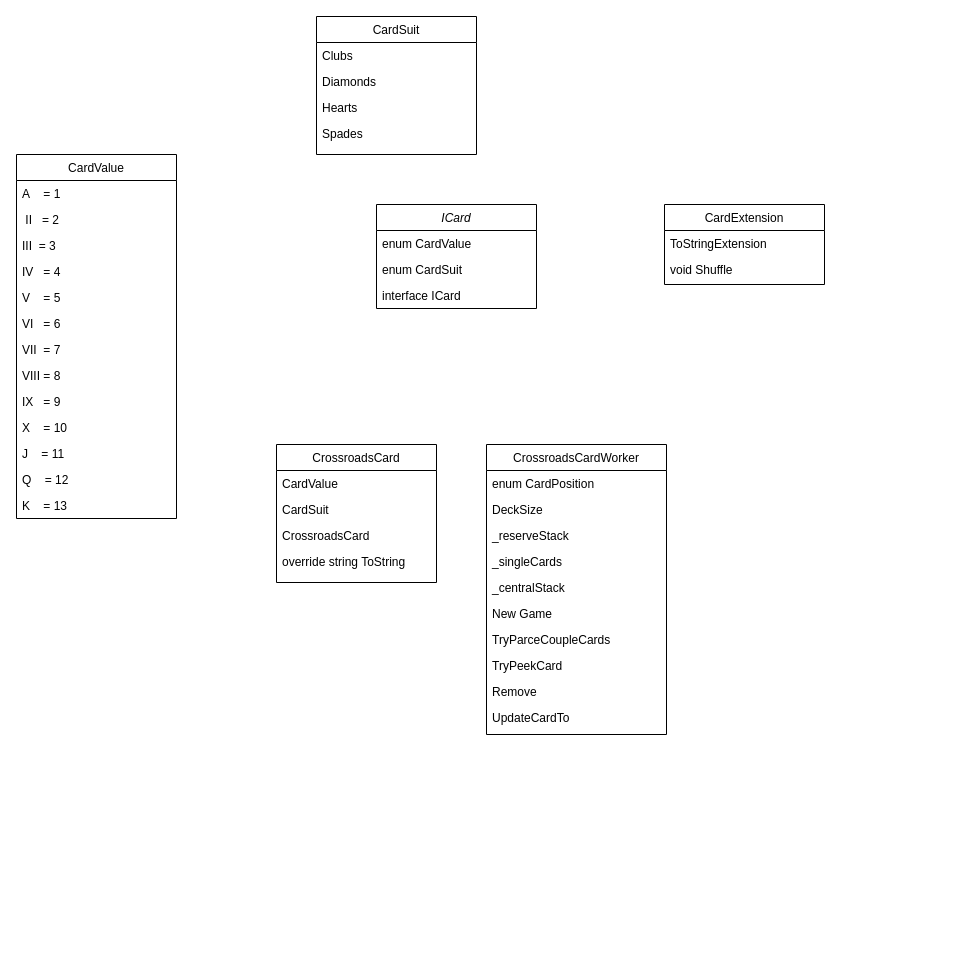
EkaterinaNovik/test keeps this draw.io diagram as Untitled Diagram.drawio. Above is the earlier version. Source tidied: cells renumbered, new cells numbered last; positions are measured from the earlier drawing's top-left corner, leaving out a move shared by most shapes. Both pictures are drawn from the tidied source at 100%, with x=0, y=0 at pixel (16, 16).
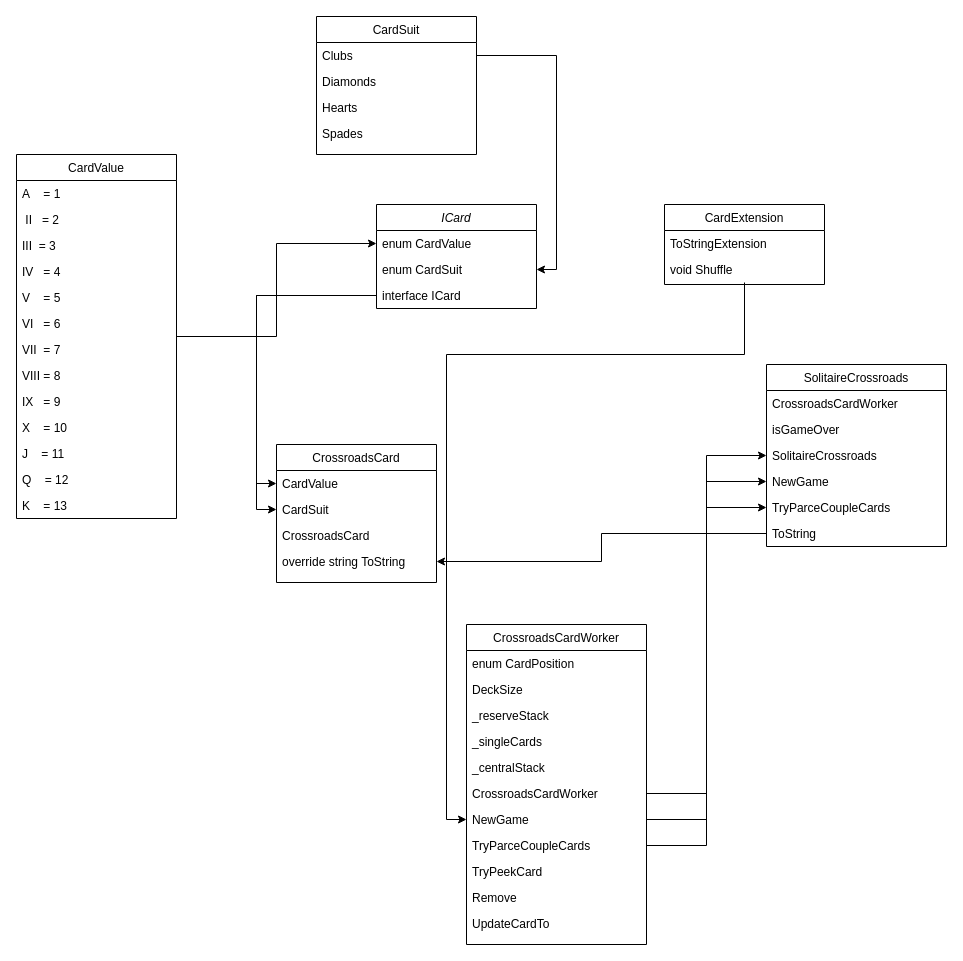
After the change.

The change refers to these unchanged cells:
```xml
<mxCell id="3" value="enum CardValue" style="text;align=left;verticalAlign=top;spacingLeft=4;spacingRight=4;overflow=hidden;points=[[0,0.5],[1,0.5]];portConstraint=eastwest;" parent="2" vertex="1">
  <mxGeometry y="26" width="160" height="26" as="geometry" />
</mxCell>
<mxCell id="4" value="enum CardSuit" style="text;align=left;verticalAlign=top;spacingLeft=4;spacingRight=4;overflow=hidden;points=[[0,0.5],[1,0.5]];portConstraint=eastwest;rounded=0;shadow=0;html=0;" parent="2" vertex="1">
  <mxGeometry y="52" width="160" height="26" as="geometry" />
</mxCell>
<mxCell id="5" value="interface ICard" style="text;align=left;verticalAlign=top;spacingLeft=4;spacingRight=4;overflow=hidden;points=[[0,0.5],[1,0.5]];portConstraint=eastwest;rounded=0;shadow=0;html=0;" parent="2" vertex="1">
  <mxGeometry y="78" width="160" height="26" as="geometry" />
</mxCell>
<mxCell id="7" value="CardValue" style="text;align=left;verticalAlign=top;spacingLeft=4;spacingRight=4;overflow=hidden;points=[[0,0.5],[1,0.5]];portConstraint=eastwest;" parent="6" vertex="1">
  <mxGeometry y="26" width="160" height="26" as="geometry" />
</mxCell>
<mxCell id="8" value="CardSuit" style="text;align=left;verticalAlign=top;spacingLeft=4;spacingRight=4;overflow=hidden;points=[[0,0.5],[1,0.5]];portConstraint=eastwest;rounded=0;shadow=0;html=0;" parent="6" vertex="1">
  <mxGeometry y="52" width="160" height="26" as="geometry" />
</mxCell>
<mxCell id="10" value="override string ToString" style="text;align=left;verticalAlign=top;spacingLeft=4;spacingRight=4;overflow=hidden;points=[[0,0.5],[1,0.5]];portConstraint=eastwest;" parent="6" vertex="1">
  <mxGeometry y="104" width="160" height="26" as="geometry" />
</mxCell>
<mxCell id="24" value="void Shuffle" style="text;align=left;verticalAlign=top;spacingLeft=4;spacingRight=4;overflow=hidden;points=[[0,0.5],[1,0.5]];portConstraint=eastwest;rounded=0;shadow=0;html=0;" parent="22" vertex="1">
  <mxGeometry y="52" width="160" height="26" as="geometry" />
</mxCell>
<mxCell id="25" value="CardValue" style="swimlane;fontStyle=0;align=center;verticalAlign=top;horizontal=1;startSize=26;rounded=0;shadow=0;strokeWidth=1;" parent="1" vertex="1">
  <mxGeometry y="138" width="160" height="364" as="geometry" />
</mxCell>
<mxCell id="40" value="Clubs" style="text;align=left;verticalAlign=top;spacingLeft=4;spacingRight=4;overflow=hidden;points=[[0,0.5],[1,0.5]];portConstraint=eastwest;" parent="39" vertex="1">
  <mxGeometry y="26" width="160" height="26" as="geometry" />
</mxCell>
```

Change to the diagram source:
```diff
@@
     <mxCell id="11" value="CrossroadsCardWorker" style="swimlane;fontStyle=0;align=center;verticalAlign=top;horizontal=1;startSize=26;rounded=0;shadow=0;strokeWidth=1;" parent="1" vertex="1">
-      <mxGeometry x="470" y="428" width="180" height="290" as="geometry" />
+      <mxGeometry x="450" y="608" width="180" height="320" as="geometry" />
     </mxCell>
@@
+    <mxCell id="44" value="CrossroadsCardWorker" style="text;align=left;verticalAlign=top;spacingLeft=4;spacingRight=4;overflow=hidden;points=[[0,0.5],[1,0.5]];portConstraint=eastwest;" parent="11" vertex="1">
+      <mxGeometry y="156" width="180" height="26" as="geometry" />
+    </mxCell>
-    <mxCell id="17" value="New Game" style="text;align=left;verticalAlign=top;spacingLeft=4;spacingRight=4;overflow=hidden;points=[[0,0.5],[1,0.5]];portConstraint=eastwest;" parent="11" vertex="1">
-      <mxGeometry y="156" width="180" height="26" as="geometry" />
+    <mxCell id="17" value="NewGame" style="text;align=left;verticalAlign=top;spacingLeft=4;spacingRight=4;overflow=hidden;points=[[0,0.5],[1,0.5]];portConstraint=eastwest;" parent="11" vertex="1">
+      <mxGeometry y="182" width="180" height="26" as="geometry" />
     </mxCell>
     <mxCell id="18" value="TryParceCoupleCards" style="text;align=left;verticalAlign=top;spacingLeft=4;spacingRight=4;overflow=hidden;points=[[0,0.5],[1,0.5]];portConstraint=eastwest;" parent="11" vertex="1">
-      <mxGeometry y="182" width="180" height="26" as="geometry" />
+      <mxGeometry y="208" width="180" height="26" as="geometry" />
     </mxCell>
     <mxCell id="19" value="TryPeekCard" style="text;align=left;verticalAlign=top;spacingLeft=4;spacingRight=4;overflow=hidden;" parent="11" vertex="1">
-      <mxGeometry y="208" width="180" height="26" as="geometry" />
+      <mxGeometry y="234" width="180" height="26" as="geometry" />
     </mxCell>
     <mxCell id="20" value="Remove" style="text;align=left;verticalAlign=top;spacingLeft=4;spacingRight=4;overflow=hidden;" parent="11" vertex="1">
-      <mxGeometry y="234" width="180" height="26" as="geometry" />
+      <mxGeometry y="260" width="180" height="26" as="geometry" />
     </mxCell>
     <mxCell id="21" value="UpdateCardTo" style="text;align=left;verticalAlign=top;spacingLeft=4;spacingRight=4;overflow=hidden;" parent="11" vertex="1">
-      <mxGeometry y="260" width="180" height="26" as="geometry" />
+      <mxGeometry y="286" width="180" height="26" as="geometry" />
     </mxCell>
@@
+    <mxCell id="45" style="edgeStyle=orthogonalEdgeStyle;rounded=0;jettySize=auto;html=1;entryX=0;entryY=0.5;entryDx=0;entryDy=0;fontColor=default;" parent="1" edge="1" source="25" target="3">
+      <mxGeometry relative="1" as="geometry" />
+    </mxCell>
@@
+    <mxCell id="46" value="SolitaireCrossroads" style="swimlane;fontStyle=0;align=center;verticalAlign=top;horizontal=1;startSize=26;rounded=0;shadow=0;strokeWidth=1;" parent="1" vertex="1">
+      <mxGeometry x="750" y="348" width="180" height="182" as="geometry" />
+    </mxCell>
+    <mxCell id="47" value="CrossroadsCardWorker" style="text;align=left;verticalAlign=top;spacingLeft=4;spacingRight=4;overflow=hidden;" parent="46" vertex="1">
+      <mxGeometry y="26" width="180" height="26" as="geometry" />
+    </mxCell>
+    <mxCell id="48" value="isGameOver" style="text;align=left;verticalAlign=top;spacingLeft=4;spacingRight=4;overflow=hidden;" parent="46" vertex="1">
+      <mxGeometry y="52" width="180" height="26" as="geometry" />
+    </mxCell>
+    <mxCell id="49" value="SolitaireCrossroads" style="text;align=left;verticalAlign=top;spacingLeft=4;spacingRight=4;overflow=hidden;points=[[0,0.5],[1,0.5]];portConstraint=eastwest;" parent="46" vertex="1">
+      <mxGeometry y="78" width="180" height="26" as="geometry" />
+    </mxCell>
+    <mxCell id="50" value="NewGame" style="text;align=left;verticalAlign=top;spacingLeft=4;spacingRight=4;overflow=hidden;points=[[0,0.5],[1,0.5]];portConstraint=eastwest;" parent="46" vertex="1">
+      <mxGeometry y="104" width="180" height="26" as="geometry" />
+    </mxCell>
+    <mxCell id="51" value="TryParceCoupleCards" style="text;align=left;verticalAlign=top;spacingLeft=4;spacingRight=4;overflow=hidden;points=[[0,0.5],[1,0.5]];portConstraint=eastwest;" parent="46" vertex="1">
+      <mxGeometry y="130" width="180" height="26" as="geometry" />
+    </mxCell>
+    <mxCell id="52" value="ToString" style="text;align=left;verticalAlign=top;spacingLeft=4;spacingRight=4;overflow=hidden;points=[[0,0.5],[1,0.5]];portConstraint=eastwest;" parent="46" vertex="1">
+      <mxGeometry y="156" width="180" height="26" as="geometry" />
+    </mxCell>
+    <mxCell id="53" style="edgeStyle=orthogonalEdgeStyle;rounded=0;jettySize=auto;html=1;entryX=1;entryY=0.5;entryDx=0;entryDy=0;fontColor=default;" parent="1" edge="1" source="52" target="10">
+      <mxGeometry relative="1" as="geometry" />
+    </mxCell>
+    <mxCell id="54" style="edgeStyle=orthogonalEdgeStyle;rounded=0;jettySize=auto;html=1;entryX=1;entryY=0.5;entryDx=0;entryDy=0;fontColor=default;" parent="1" edge="1" source="40" target="4">
+      <mxGeometry relative="1" as="geometry" />
+    </mxCell>
+    <mxCell id="55" style="edgeStyle=orthogonalEdgeStyle;rounded=0;jettySize=auto;html=1;entryX=0;entryY=0.5;entryDx=0;entryDy=0;fontColor=default;" parent="1" edge="1" source="44" target="49">
+      <mxGeometry relative="1" as="geometry" />
+    </mxCell>
+    <mxCell id="56" style="edgeStyle=orthogonalEdgeStyle;rounded=0;jettySize=auto;html=1;entryX=0;entryY=0.5;entryDx=0;entryDy=0;fontColor=default;" parent="1" edge="1" source="17" target="50">
+      <mxGeometry relative="1" as="geometry" />
+    </mxCell>
+    <mxCell id="57" style="edgeStyle=orthogonalEdgeStyle;rounded=0;jettySize=auto;html=1;entryX=0;entryY=0.5;entryDx=0;entryDy=0;fontColor=default;" parent="1" edge="1" source="18" target="51">
+      <mxGeometry relative="1" as="geometry" />
+    </mxCell>
+    <mxCell id="58" style="edgeStyle=orthogonalEdgeStyle;rounded=0;jettySize=auto;html=1;entryX=0;entryY=0.5;entryDx=0;entryDy=0;fontColor=default;" parent="1" edge="1" source="24" target="17">
+      <mxGeometry relative="1" as="geometry">
+        <Array as="points">
+          <mxPoint x="728" y="338" />
+          <mxPoint x="430" y="338" />
+          <mxPoint x="430" y="803" />
+        </Array>
+      </mxGeometry>
+    </mxCell>
+    <mxCell id="59" style="edgeStyle=orthogonalEdgeStyle;rounded=0;jettySize=auto;html=1;exitX=0;exitY=0.5;exitDx=0;exitDy=0;entryX=0;entryY=0.5;entryDx=0;entryDy=0;fontColor=default;" parent="1" edge="1" source="5" target="8">
+      <mxGeometry relative="1" as="geometry" />
+    </mxCell>
+    <mxCell id="60" style="edgeStyle=orthogonalEdgeStyle;rounded=0;jettySize=auto;html=1;exitX=0;exitY=0.5;exitDx=0;exitDy=0;entryX=0;entryY=0.5;entryDx=0;entryDy=0;fontColor=default;" parent="1" edge="1" source="5" target="7">
+      <mxGeometry relative="1" as="geometry" />
+    </mxCell>
```
